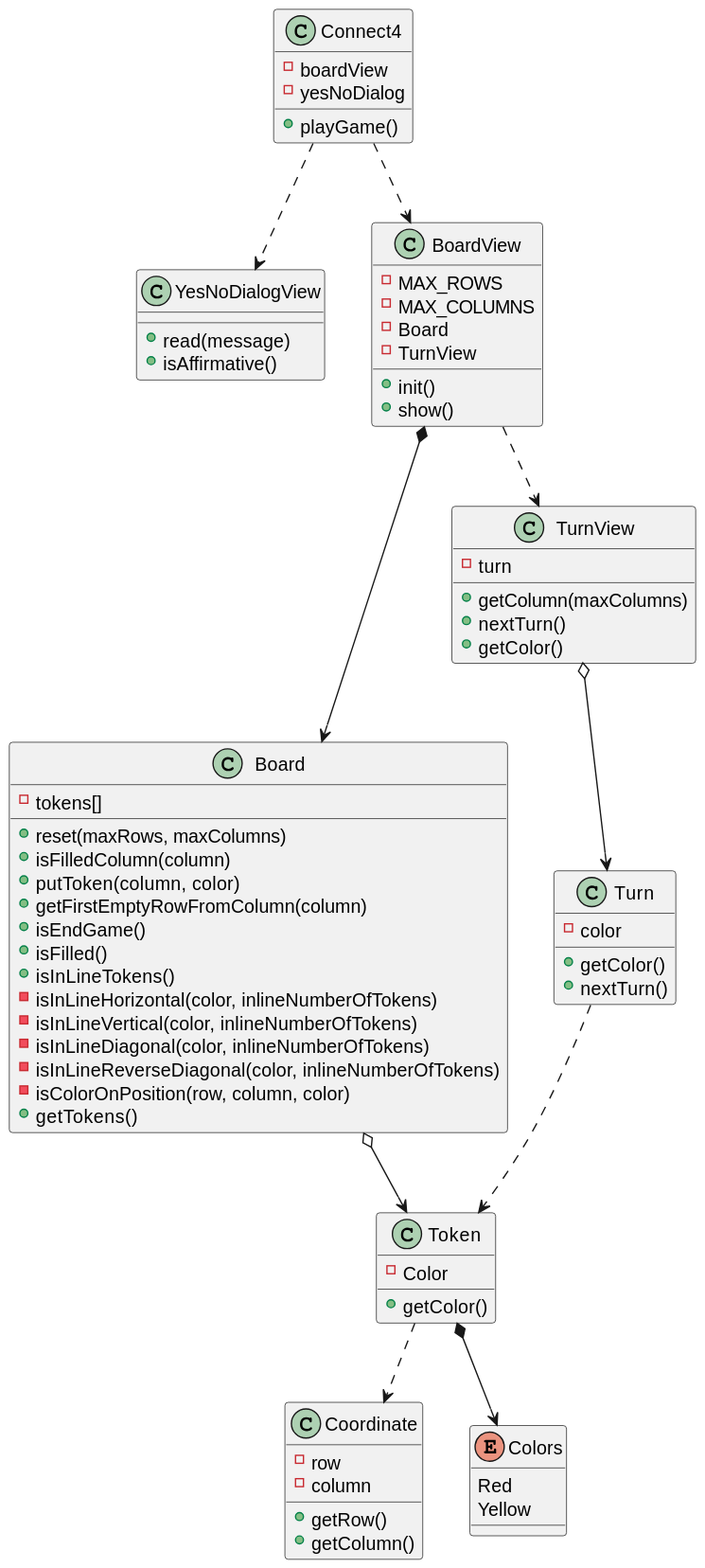
The PlantUML diagram out/UML/softwareModel/softwareModel.svg in jumpering/connect4, before a commit.
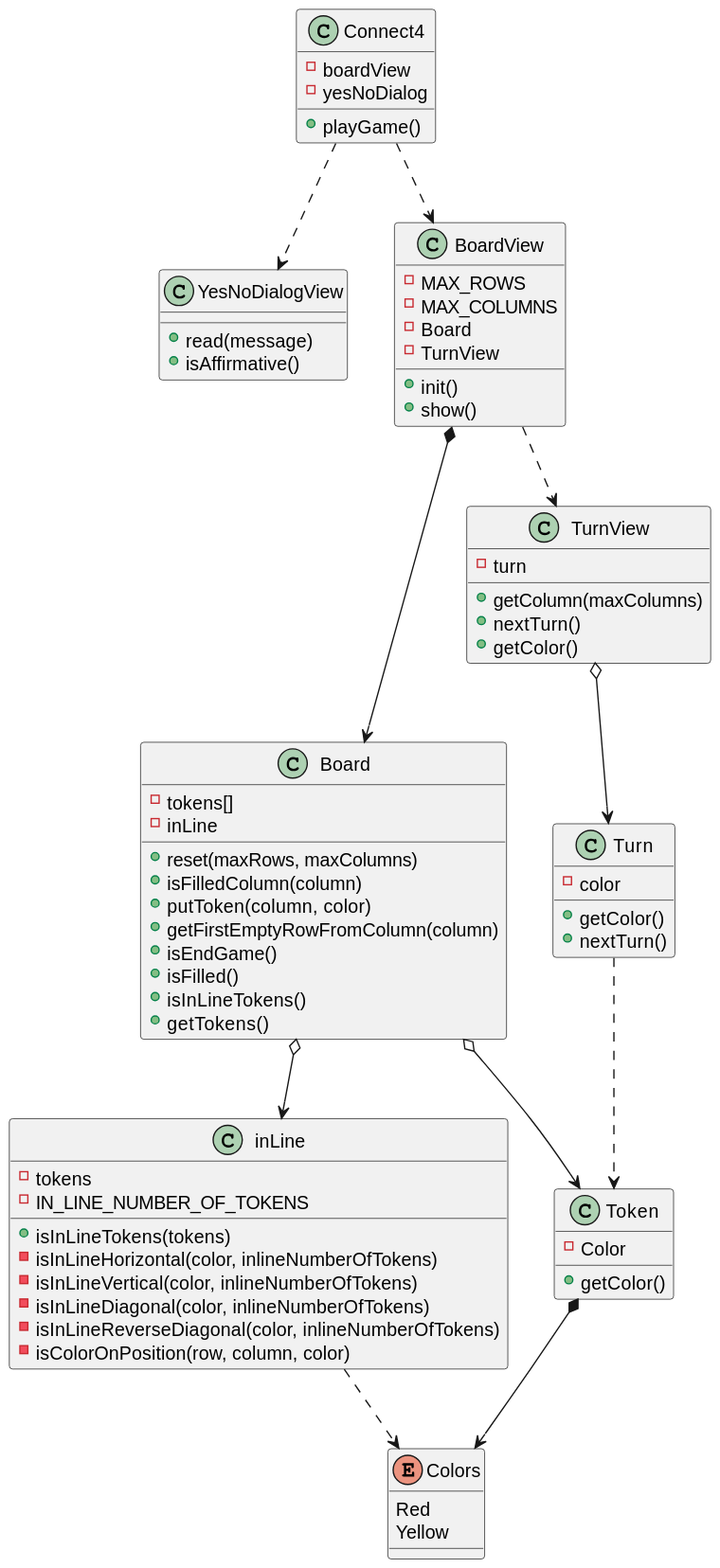
After the change.

Commit message:
refactor separate inLine class from Board and UML

What changed in the source:
```diff
@@ -11,6 +11,7 @@
 }
 class Board{
     - tokens[]
+    - inLine
     + reset(maxRows, maxColumns)
     + isFilledColumn(column)
     + putToken(column, color)
@@ -18,11 +19,6 @@
     + isEndGame()
     + isFilled()
     + isInLineTokens()
-    - isInLineHorizontal(color, inlineNumberOfTokens)
-    - isInLineVertical(color, inlineNumberOfTokens)
-    - isInLineDiagonal(color, inlineNumberOfTokens)
-    - isInLineReverseDiagonal(color, inlineNumberOfTokens)
-    - isColorOnPosition(row, column, color)
     + getTokens()
 }
 class BoardView{
@@ -33,12 +29,17 @@
     + init()
     + show()
 }
-class Coordinate{
-    - row
-    - column
-    + getRow()
-    + getColumn()
+class inLine{
+    - tokens
+    - IN_LINE_NUMBER_OF_TOKENS
+    + isInLineTokens(tokens)
+    - isInLineHorizontal(color, inlineNumberOfTokens)
+    - isInLineVertical(color, inlineNumberOfTokens)
+    - isInLineDiagonal(color, inlineNumberOfTokens)
+    - isInLineReverseDiagonal(color, inlineNumberOfTokens)
+    - isColorOnPosition(row, column, color)
 }
+
 class Token{
     - Color
     + getColor()
@@ -69,10 +70,12 @@
 TurnView o--> Turn
 
 Board o--> Token
+Board o--> inLine
+
+inLine ..> Colors
 
 Turn ..> Token
 
 
 Token *--> Colors
-Token ..> Coordinate
 @enduml
```
